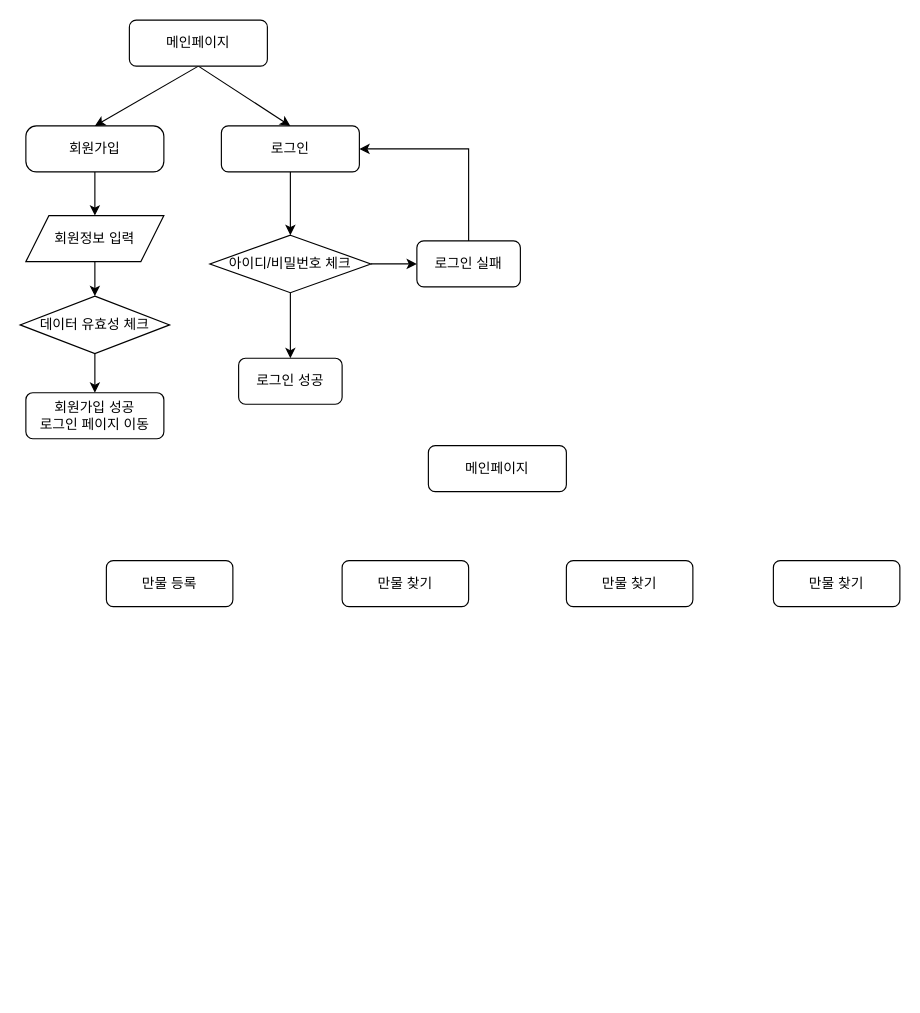
The draw.io diagram Untitled Diagram.drawio in HeaJunjju/test, before the edit. Source tidied: cells renumbered, new cells numbered last; positions are measured from the earlier drawing's top-left corner, leaving out a move shared by most shapes. Both pictures are drawn from the tidied source at 115%, with x=0, y=0 at pixel (20, 20).
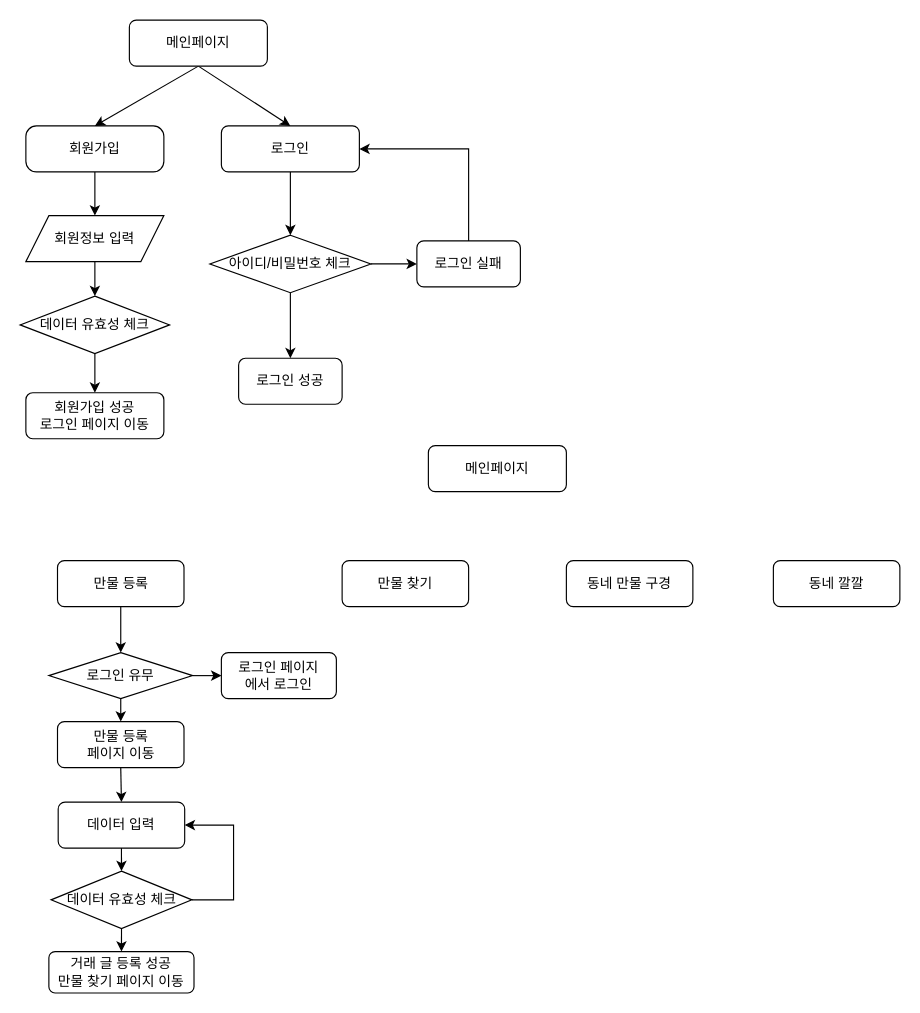
Above is the later version.

Diff of the diagram source:
```diff
@@
+    <mxCell id="25" style="edgeStyle=none;rounded=0;jettySize=auto;html=1;exitX=0.5;exitY=1;exitDx=0;exitDy=0;entryX=0.5;entryY=0;entryDx=0;entryDy=0;" parent="1" edge="1" source="20" target="28">
+      <mxGeometry relative="1" as="geometry" />
+    </mxCell>
     <mxCell id="20" value="만물 등록" style="rounded=1;whiteSpace=wrap;html=1;" parent="1" vertex="1">
-      <mxGeometry x="75" y="470" width="110" height="40" as="geometry" />
+      <mxGeometry x="32.5" y="470" width="110" height="40" as="geometry" />
     </mxCell>
@@
-    <mxCell id="23" value="만물 찾기" style="rounded=1;whiteSpace=wrap;html=1;" parent="1" vertex="1">
+    <mxCell id="23" value="동네 만물 구경" style="rounded=1;whiteSpace=wrap;html=1;" parent="1" vertex="1">
       <mxGeometry x="475" y="470" width="110" height="40" as="geometry" />
     </mxCell>
-    <mxCell id="24" value="만물 찾기" style="rounded=1;whiteSpace=wrap;html=1;" parent="1" vertex="1">
+    <mxCell id="24" value="동네 깔깔" style="rounded=1;whiteSpace=wrap;html=1;" parent="1" vertex="1">
       <mxGeometry x="655" y="470" width="110" height="40" as="geometry" />
     </mxCell>
+    <mxCell id="26" style="edgeStyle=none;rounded=0;jettySize=auto;html=1;exitX=0.5;exitY=1;exitDx=0;exitDy=0;entryX=0.5;entryY=0;entryDx=0;entryDy=0;" parent="1" edge="1" source="28" target="30">
+      <mxGeometry relative="1" as="geometry" />
+    </mxCell>
+    <mxCell id="27" style="edgeStyle=none;rounded=0;jettySize=auto;html=1;exitX=1;exitY=0.5;exitDx=0;exitDy=0;entryX=0;entryY=0.5;entryDx=0;entryDy=0;" parent="1" edge="1" source="28" target="31">
+      <mxGeometry relative="1" as="geometry" />
+    </mxCell>
+    <mxCell id="28" value="로그인 유무" style="rhombus;whiteSpace=wrap;html=1;" parent="1" vertex="1">
+      <mxGeometry x="25" y="550" width="125" height="40" as="geometry" />
+    </mxCell>
+    <mxCell id="29" style="edgeStyle=none;rounded=0;jettySize=auto;html=1;exitX=0.5;exitY=1;exitDx=0;exitDy=0;entryX=0.5;entryY=0;entryDx=0;entryDy=0;" parent="1" edge="1" source="30" target="37">
+      <mxGeometry relative="1" as="geometry" />
+    </mxCell>
+    <mxCell id="30" value="만물 등록 &lt;br&gt;페이지 이동" style="rounded=1;whiteSpace=wrap;html=1;" parent="1" vertex="1">
+      <mxGeometry x="32.5" y="610" width="110" height="40" as="geometry" />
+    </mxCell>
+    <mxCell id="31" value="로그인 페이지&lt;br&gt;에서 로그인" style="rounded=1;whiteSpace=wrap;html=1;" parent="1" vertex="1">
+      <mxGeometry x="175" y="550" width="100" height="40" as="geometry" />
+    </mxCell>
+    <mxCell id="32" style="edgeStyle=none;rounded=0;jettySize=auto;html=1;exitX=0.5;exitY=1;exitDx=0;exitDy=0;" parent="1" edge="1" source="34" target="35">
+      <mxGeometry relative="1" as="geometry" />
+    </mxCell>
+    <mxCell id="33" style="edgeStyle=none;rounded=0;jettySize=auto;html=1;exitX=1;exitY=0.5;exitDx=0;exitDy=0;entryX=1;entryY=0.5;entryDx=0;entryDy=0;" parent="1" edge="1" source="34" target="37">
+      <mxGeometry relative="1" as="geometry">
+        <Array as="points">
+          <mxPoint x="185.6" y="765" />
+          <mxPoint x="185.6" y="700" />
+        </Array>
+      </mxGeometry>
+    </mxCell>
+    <mxCell id="34" value="데이터 유효성 체크" style="rhombus;whiteSpace=wrap;html=1;" parent="1" vertex="1">
+      <mxGeometry x="26.9" y="740" width="122.5" height="50" as="geometry" />
+    </mxCell>
+    <mxCell id="35" value="거래 글 등록 성공&lt;br&gt;만물 찾기 페이지 이동" style="rounded=1;whiteSpace=wrap;html=1;" parent="1" vertex="1">
+      <mxGeometry x="25" y="810" width="126.2" height="36" as="geometry" />
+    </mxCell>
+    <mxCell id="36" style="edgeStyle=none;rounded=0;jettySize=auto;html=1;exitX=0.5;exitY=1;exitDx=0;exitDy=0;entryX=0.5;entryY=0;entryDx=0;entryDy=0;" parent="1" edge="1" source="37" target="34">
+      <mxGeometry relative="1" as="geometry" />
+    </mxCell>
+    <mxCell id="37" value="데이터 입력" style="rounded=1;whiteSpace=wrap;html=1;" parent="1" vertex="1">
+      <mxGeometry x="33.1" y="680" width="110" height="40" as="geometry" />
+    </mxCell>
```
